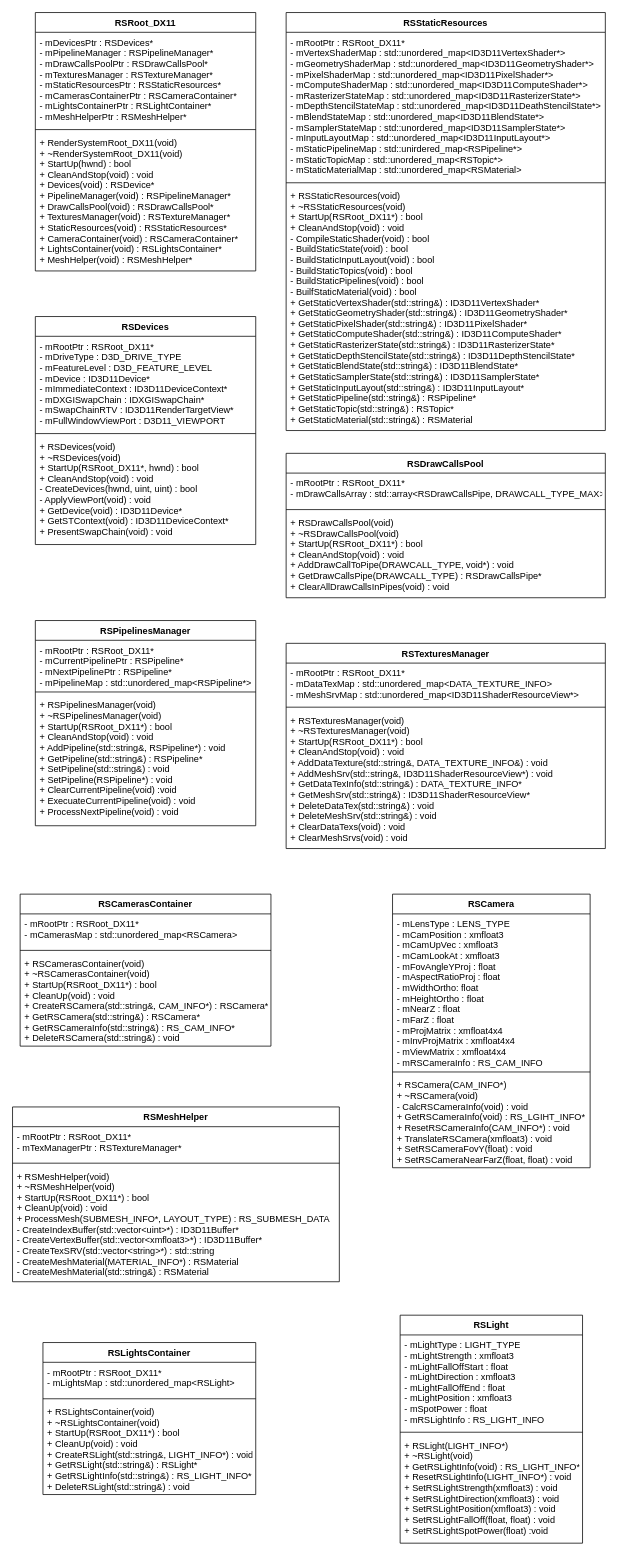
Above: page "Root" (4 of 5) of Render.drawio in HIBICUS-CAI/PreWorkRenderEngine (draw.io), before the change. Source tidied: cells renumbered, new cells numbered last; positions are measured from the earlier drawing's top-left corner, leaving out a move shared by most shapes. Both pictures are drawn from the tidied source at 76%, with x=0, y=0 at pixel (12, 12).
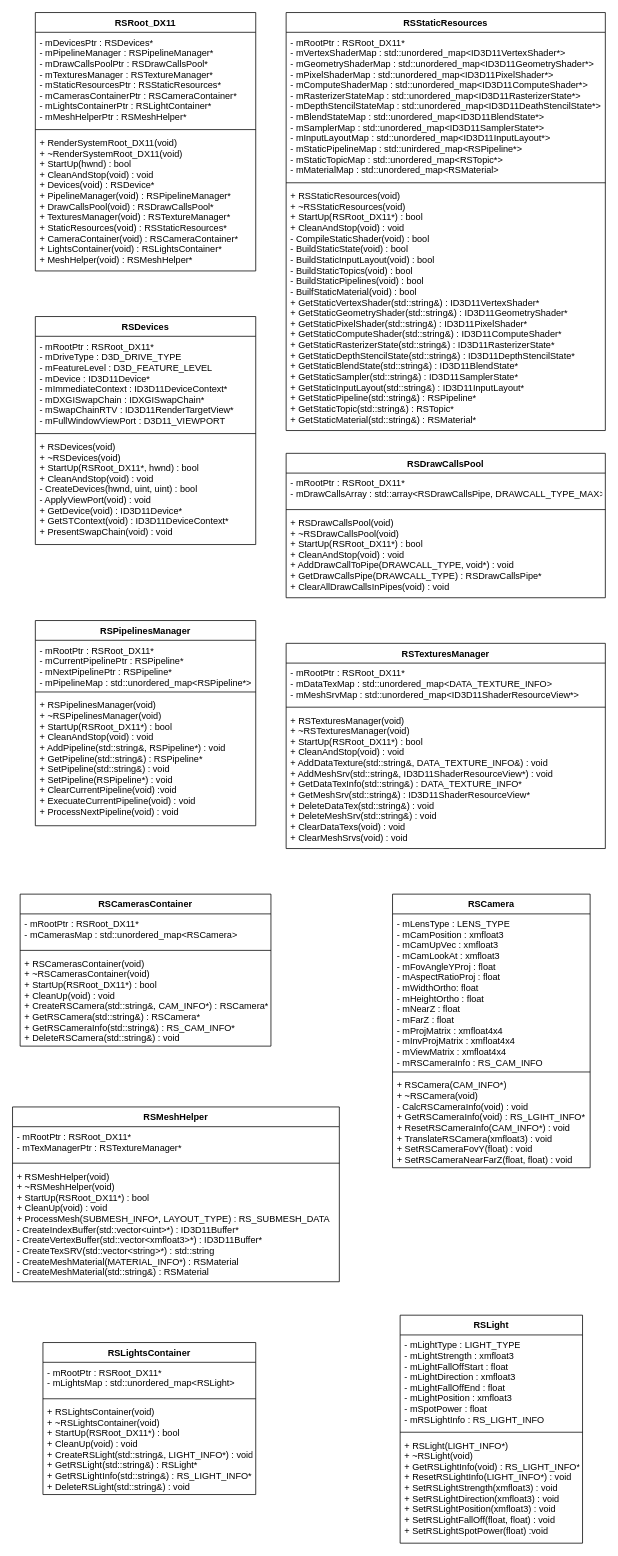
The same page after the edit.

Unchanged cells that the change refers to:
```xml
<mxCell id="10" value="RSStaticResources" style="swimlane;fontStyle=1;align=center;verticalAlign=top;horizontal=1;startSize=26;" parent="1" vertex="1">
  <mxGeometry x="360" width="420" height="550" as="geometry" />
</mxCell>
```

What changed in the source:
```diff
@@
-    <mxCell id="11" value="- mRootPtr : RSRoot_DX11*&#10;- mVertexShaderMap : std::unordered_map&lt;ID3D11VertexShader*&gt;&#10;- mGeometryShaderMap : std::unordered_map&lt;ID3D11GeometryShader*&gt;&#10;- mPixelShaderMap : std::unordered_map&lt;ID3D11PixelShader*&gt;&#10;- mComputeShaderMap : std::unordered_map&lt;ID3D11ComputeShader*&gt;&#10;- mRasterizerStateMap : std::unordered_map&lt;ID3D11RasterizerState*&gt;&#10;- mDepthStencilStateMap : std::unordered_map&lt;ID3D11DeathStencilState*&gt;&#10;- mBlendStateMap : std::unordered_map&lt;ID3D11BlendState*&gt;&#10;- mSamplerStateMap : std::unordered_map&lt;ID3D11SamplerState*&gt;&#10;- mInputLayoutMap : std::unordered_map&lt;ID3D11InputLayout*&gt;&#10;- mStaticPipelineMap : std::unirdered_map&lt;RSPipeline*&gt;&#10;- mStaticTopicMap : std::unordered_map&lt;RSTopic*&gt;&#10;- mStaticMaterialMap : std::unordered_map&lt;RSMaterial&gt;" style="text;strokeColor=none;fillColor=none;align=left;verticalAlign=top;spacingLeft=4;spacingRight=4;overflow=hidden;" parent="10" vertex="1">
+    <mxCell id="11" value="- mRootPtr : RSRoot_DX11*&#10;- mVertexShaderMap : std::unordered_map&lt;ID3D11VertexShader*&gt;&#10;- mGeometryShaderMap : std::unordered_map&lt;ID3D11GeometryShader*&gt;&#10;- mPixelShaderMap : std::unordered_map&lt;ID3D11PixelShader*&gt;&#10;- mComputeShaderMap : std::unordered_map&lt;ID3D11ComputeShader*&gt;&#10;- mRasterizerStateMap : std::unordered_map&lt;ID3D11RasterizerState*&gt;&#10;- mDepthStencilStateMap : std::unordered_map&lt;ID3D11DeathStencilState*&gt;&#10;- mBlendStateMap : std::unordered_map&lt;ID3D11BlendState*&gt;&#10;- mSamplerMap : std::unordered_map&lt;ID3D11SamplerState*&gt;&#10;- mInputLayoutMap : std::unordered_map&lt;ID3D11InputLayout*&gt;&#10;- mStaticPipelineMap : std::unirdered_map&lt;RSPipeline*&gt;&#10;- mStaticTopicMap : std::unordered_map&lt;RSTopic*&gt;&#10;- mMaterialMap : std::unordered_map&lt;RSMaterial&gt;" style="text;strokeColor=none;fillColor=none;align=left;verticalAlign=top;spacingLeft=4;spacingRight=4;overflow=hidden;" parent="10" vertex="1">
       <mxGeometry y="26" width="420" height="194" as="geometry" />
     </mxCell>
@@
-    <mxCell id="13" value="+ RSStaticResources(void)&#10;+ ~RSStaticResources(void)&#10;+ StartUp(RSRoot_DX11*) : bool&#10;+ CleanAndStop(void) : void&#10;- CompileStaticShader(void) : bool&#10;- BuildStaticState(void) : bool&#10;- BuildStaticInputLayout(void) : bool&#10;- BuildStaticTopics(void) : bool&#10;- BuildStaticPipelines(void) : bool&#10;- BuilfStaticMaterial(void) : bool&#10;+ GetStaticVertexShader(std::string&amp;) : ID3D11VertexShader*&#10;+ GetStaticGeometryShader(std::string&amp;) : ID3D11GeometryShader*&#10;+ GetStaticPixelShader(std::string&amp;) : ID3D11PixelShader*&#10;+ GetStaticComputeShader(std::string&amp;) : ID3D11ComputeShader*&#10;+ GetStaticRasterizerState(std::string&amp;) : ID3D11RasterizerState*&#10;+ GetStaticDepthStencilState(std::string&amp;) : ID3D11DepthStencilState*&#10;+ GetStaticBlendState(std::string&amp;) : ID3D11BlendState*&#10;+ GetStaticSamplerState(std::string&amp;) : ID3D11SamplerState*&#10;+ GetStaticInputLayout(std::string&amp;) : ID3D11InputLayout*&#10;+ GetStaticPipeline(std::string&amp;) : RSPipeline*&#10;+ GetStaticTopic(std::string&amp;) : RSTopic*&#10;+ GetStaticMaterial(std::string&amp;) : RSMaterial" style="text;strokeColor=none;fillColor=none;align=left;verticalAlign=top;spacingLeft=4;spacingRight=4;overflow=hidden;" parent="10" vertex="1">
+    <mxCell id="13" value="+ RSStaticResources(void)&#10;+ ~RSStaticResources(void)&#10;+ StartUp(RSRoot_DX11*) : bool&#10;+ CleanAndStop(void) : void&#10;- CompileStaticShader(void) : bool&#10;- BuildStaticState(void) : bool&#10;- BuildStaticInputLayout(void) : bool&#10;- BuildStaticTopics(void) : bool&#10;- BuildStaticPipelines(void) : bool&#10;- BuilfStaticMaterial(void) : bool&#10;+ GetStaticVertexShader(std::string&amp;) : ID3D11VertexShader*&#10;+ GetStaticGeometryShader(std::string&amp;) : ID3D11GeometryShader*&#10;+ GetStaticPixelShader(std::string&amp;) : ID3D11PixelShader*&#10;+ GetStaticComputeShader(std::string&amp;) : ID3D11ComputeShader*&#10;+ GetStaticRasterizerState(std::string&amp;) : ID3D11RasterizerState*&#10;+ GetStaticDepthStencilState(std::string&amp;) : ID3D11DepthStencilState*&#10;+ GetStaticBlendState(std::string&amp;) : ID3D11BlendState*&#10;+ GetStaticSampler(std::string&amp;) : ID3D11SamplerState*&#10;+ GetStaticInputLayout(std::string&amp;) : ID3D11InputLayout*&#10;+ GetStaticPipeline(std::string&amp;) : RSPipeline*&#10;+ GetStaticTopic(std::string&amp;) : RSTopic*&#10;+ GetStaticMaterial(std::string&amp;) : RSMaterial*" style="text;strokeColor=none;fillColor=none;align=left;verticalAlign=top;spacingLeft=4;spacingRight=4;overflow=hidden;" parent="10" vertex="1">
       <mxGeometry y="228" width="420" height="322" as="geometry" />
     </mxCell>
```
